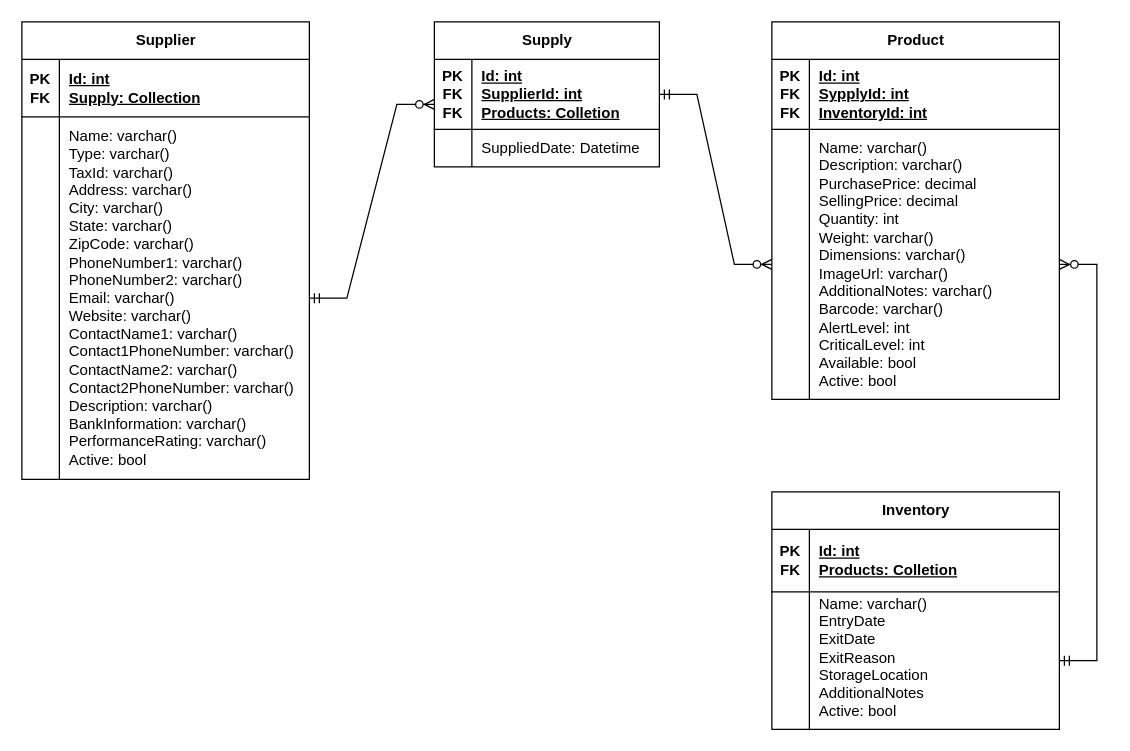
This is DBSupplier.drawio from michel-bittencourt/Template-Loja, a draw.io file, before an edit. Source tidied: cells renumbered, new cells numbered last; positions are measured from the earlier drawing's top-left corner, leaving out a move shared by most shapes. Both pictures are drawn from the tidied source at 125%, with x=0, y=0 at pixel (21, 21).
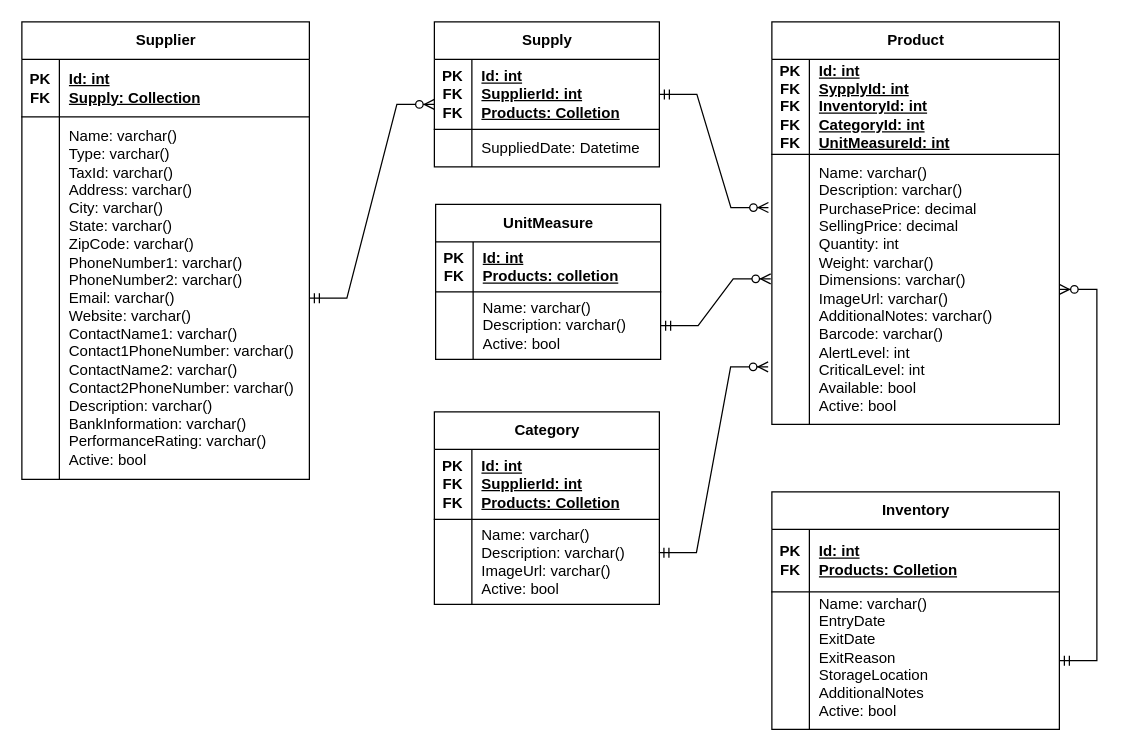
The same diagram, later.

Unchanged cells that the change refers to:
```xml
<mxCell id="9" value="Supply" style="shape=table;startSize=30;childLayout=tableLayout;rowLines=0;fontStyle=1;align=center;html=1;" parent="1" vertex="1">
  <mxGeometry x="330" width="180" height="116" as="geometry" />
</mxCell>
<mxCell id="10" style="shape=tableRow;horizontal=0;startSize=0;swimlaneHead=0;swimlaneBody=0;fillColor=none;points=[[0,0.5],[1,0.5]];portConstraint=eastwest;top=0;left=0;right=0;bottom=1;" parent="9" vertex="1">
  <mxGeometry y="30" width="180" height="56" as="geometry" />
</mxCell>
```

Diff of the diagram source:
```diff
@@
     <mxCell id="17" value="Product" style="shape=table;startSize=30;childLayout=tableLayout;rowLines=0;fontStyle=1;align=center;html=1;" parent="1" vertex="1">
-      <mxGeometry x="600" width="230" height="302" as="geometry" />
+      <mxGeometry x="600" width="230" height="322" as="geometry" />
     </mxCell>
     <mxCell id="18" style="shape=tableRow;horizontal=0;startSize=0;swimlaneHead=0;swimlaneBody=0;fillColor=none;top=0;left=0;right=0;bottom=1;" parent="17" vertex="1">
-      <mxGeometry y="30" width="230" height="56" as="geometry" />
+      <mxGeometry y="30" width="230" height="76" as="geometry" />
     </mxCell>
-    <mxCell id="19" value="PK&lt;br&gt;FK&lt;br&gt;FK" style="shape=partialRectangle;fillColor=none;top=0;left=0;bottom=0;right=0;fontStyle=1;overflow=hidden;whiteSpace=wrap;html=1;" parent="18" vertex="1">
-      <mxGeometry width="30" height="56" as="geometry" />
+    <mxCell id="19" value="PK&lt;br&gt;FK&lt;br&gt;FK&lt;br&gt;FK&lt;br&gt;FK" style="shape=partialRectangle;fillColor=none;top=0;left=0;bottom=0;right=0;fontStyle=1;overflow=hidden;whiteSpace=wrap;html=1;" parent="18" vertex="1">
+      <mxGeometry width="30" height="76" as="geometry" />
     </mxCell>
-    <mxCell id="20" value="Id: int&lt;br&gt;SypplyId: int&lt;br&gt;InventoryId: int" style="shape=partialRectangle;fillColor=none;top=0;left=0;bottom=0;right=0;align=left;spacingLeft=6;fontStyle=5;overflow=hidden;whiteSpace=wrap;html=1;" parent="18" vertex="1">
-      <mxGeometry x="30" width="200" height="56" as="geometry" />
+    <mxCell id="20" value="Id: int&lt;br&gt;SypplyId: int&lt;br&gt;InventoryId: int&lt;br&gt;CategoryId: int&lt;br&gt;UnitMeasureId: int" style="shape=partialRectangle;fillColor=none;top=0;left=0;bottom=0;right=0;align=left;spacingLeft=6;fontStyle=5;overflow=hidden;whiteSpace=wrap;html=1;" parent="18" vertex="1">
+      <mxGeometry x="30" width="200" height="76" as="geometry" />
     </mxCell>
     <mxCell id="21" style="shape=tableRow;horizontal=0;startSize=0;swimlaneHead=0;swimlaneBody=0;fillColor=none;points=[[0,0.5],[1,0.5]];portConstraint=eastwest;top=0;left=0;right=0;bottom=0;" parent="17" vertex="1">
-      <mxGeometry y="86" width="230" height="216" as="geometry" />
+      <mxGeometry y="106" width="230" height="216" as="geometry" />
     </mxCell>
@@
-    <mxCell id="24" style="edgeStyle=entityRelationEdgeStyle;fontSize=12;html=1;endArrow=ERzeroToMany;startArrow=ERmandOne;rounded=0;exitX=1;exitY=0.5;exitDx=0;exitDy=0;entryX=0;entryY=0.5;entryDx=0;entryDy=0;" parent="1" edge="1" source="10" target="21">
-      <mxGeometry relative="1" as="geometry" />
+    <mxCell id="24" style="edgeStyle=entityRelationEdgeStyle;fontSize=12;html=1;endArrow=ERzeroToMany;startArrow=ERmandOne;rounded=0;exitX=1;exitY=0.5;exitDx=0;exitDy=0;entryX=-0.012;entryY=0.197;entryDx=0;entryDy=0;entryPerimeter=0;" parent="1" edge="1" source="9" target="21">
+      <mxGeometry relative="1" as="geometry">
+        <Array as="points">
+          <mxPoint x="554" y="124" />
+          <mxPoint x="554" y="144" />
+          <mxPoint x="554" y="144" />
+        </Array>
+      </mxGeometry>
     </mxCell>
@@
+    <mxCell id="33" value="Category" style="shape=table;startSize=30;childLayout=tableLayout;rowLines=0;fontStyle=1;align=center;html=1;" parent="1" vertex="1">
+      <mxGeometry x="330" y="312" width="180" height="154" as="geometry" />
+    </mxCell>
+    <mxCell id="34" style="shape=tableRow;horizontal=0;startSize=0;swimlaneHead=0;swimlaneBody=0;fillColor=none;top=0;left=0;right=0;bottom=1;" parent="33" vertex="1">
+      <mxGeometry y="30" width="180" height="56" as="geometry" />
+    </mxCell>
+    <mxCell id="35" value="PK&lt;br&gt;FK&lt;br&gt;FK" style="shape=partialRectangle;fillColor=none;top=0;left=0;bottom=0;right=0;fontStyle=1;overflow=hidden;whiteSpace=wrap;html=1;" parent="34" vertex="1">
+      <mxGeometry width="30" height="56" as="geometry" />
+    </mxCell>
+    <mxCell id="36" value="Id: int&lt;br&gt;SupplierId: int&lt;br&gt;Products: Colletion" style="shape=partialRectangle;fillColor=none;top=0;left=0;bottom=0;right=0;align=left;spacingLeft=6;fontStyle=5;overflow=hidden;whiteSpace=wrap;html=1;" parent="34" vertex="1">
+      <mxGeometry x="30" width="150" height="56" as="geometry" />
+    </mxCell>
+    <mxCell id="37" style="shape=tableRow;horizontal=0;startSize=0;swimlaneHead=0;swimlaneBody=0;fillColor=none;points=[[0,0.5],[1,0.5]];portConstraint=eastwest;top=0;left=0;right=0;bottom=0;" parent="33" vertex="1">
+      <mxGeometry y="86" width="180" height="68" as="geometry" />
+    </mxCell>
+    <mxCell id="38" style="shape=partialRectangle;fillColor=none;top=0;left=0;bottom=0;right=0;overflow=hidden;whiteSpace=wrap;html=1;" parent="37" vertex="1">
+      <mxGeometry width="30" height="68" as="geometry" />
+    </mxCell>
+    <mxCell id="39" value="Name: varchar()&lt;br&gt;Description: varchar()&lt;br&gt;ImageUrl: varchar()&lt;br&gt;Active: bool" style="shape=partialRectangle;fillColor=none;top=0;left=0;bottom=0;right=0;align=left;spacingLeft=6;overflow=hidden;whiteSpace=wrap;html=1;" parent="37" vertex="1">
+      <mxGeometry x="30" width="150" height="68" as="geometry" />
+    </mxCell>
+    <mxCell id="40" style="edgeStyle=entityRelationEdgeStyle;fontSize=12;html=1;endArrow=ERzeroToMany;startArrow=ERmandOne;rounded=0;entryX=-0.013;entryY=0.787;entryDx=0;entryDy=0;entryPerimeter=0;exitX=0.998;exitY=0.392;exitDx=0;exitDy=0;exitPerimeter=0;" parent="1" edge="1" source="37" target="21">
+      <mxGeometry relative="1" as="geometry" />
+    </mxCell>
+    <mxCell id="41" value="UnitMeasure" style="shape=table;startSize=30;childLayout=tableLayout;rowLines=0;fontStyle=1;align=center;html=1;" parent="1" vertex="1">
+      <mxGeometry x="331" y="146" width="180" height="124" as="geometry" />
+    </mxCell>
+    <mxCell id="42" style="shape=tableRow;horizontal=0;startSize=0;swimlaneHead=0;swimlaneBody=0;fillColor=none;top=0;left=0;right=0;bottom=1;" parent="41" vertex="1">
+      <mxGeometry y="30" width="180" height="40" as="geometry" />
+    </mxCell>
+    <mxCell id="43" value="PK&lt;br&gt;FK" style="shape=partialRectangle;fillColor=none;top=0;left=0;bottom=0;right=0;fontStyle=1;overflow=hidden;whiteSpace=wrap;html=1;" parent="42" vertex="1">
+      <mxGeometry width="30" height="40" as="geometry" />
+    </mxCell>
+    <mxCell id="44" value="Id: int&lt;br&gt;Products: colletion" style="shape=partialRectangle;fillColor=none;top=0;left=0;bottom=0;right=0;align=left;spacingLeft=6;fontStyle=5;overflow=hidden;whiteSpace=wrap;html=1;" parent="42" vertex="1">
+      <mxGeometry x="30" width="150" height="40" as="geometry" />
+    </mxCell>
+    <mxCell id="45" style="shape=tableRow;horizontal=0;startSize=0;swimlaneHead=0;swimlaneBody=0;fillColor=none;points=[[0,0.5],[1,0.5]];portConstraint=eastwest;top=0;left=0;right=0;bottom=0;" parent="41" vertex="1">
+      <mxGeometry y="70" width="180" height="54" as="geometry" />
+    </mxCell>
+    <mxCell id="46" style="shape=partialRectangle;fillColor=none;top=0;left=0;bottom=0;right=0;overflow=hidden;whiteSpace=wrap;html=1;" parent="45" vertex="1">
+      <mxGeometry width="30" height="54" as="geometry" />
+    </mxCell>
+    <mxCell id="47" value="Name: varchar()&lt;br&gt;Description: varchar()&lt;br&gt;Active: bool" style="shape=partialRectangle;fillColor=none;top=0;left=0;bottom=0;right=0;align=left;spacingLeft=6;overflow=hidden;whiteSpace=wrap;html=1;" parent="45" vertex="1">
+      <mxGeometry x="30" width="150" height="54" as="geometry" />
+    </mxCell>
+    <mxCell id="48" style="edgeStyle=entityRelationEdgeStyle;fontSize=12;html=1;endArrow=ERzeroToMany;startArrow=ERmandOne;rounded=0;entryX=-0.004;entryY=0.461;entryDx=0;entryDy=0;entryPerimeter=0;exitX=1;exitY=0.5;exitDx=0;exitDy=0;" parent="1" edge="1" source="45" target="21">
+      <mxGeometry relative="1" as="geometry">
+        <Array as="points">
+          <mxPoint x="573" y="195.9" />
+        </Array>
+      </mxGeometry>
+    </mxCell>
```
